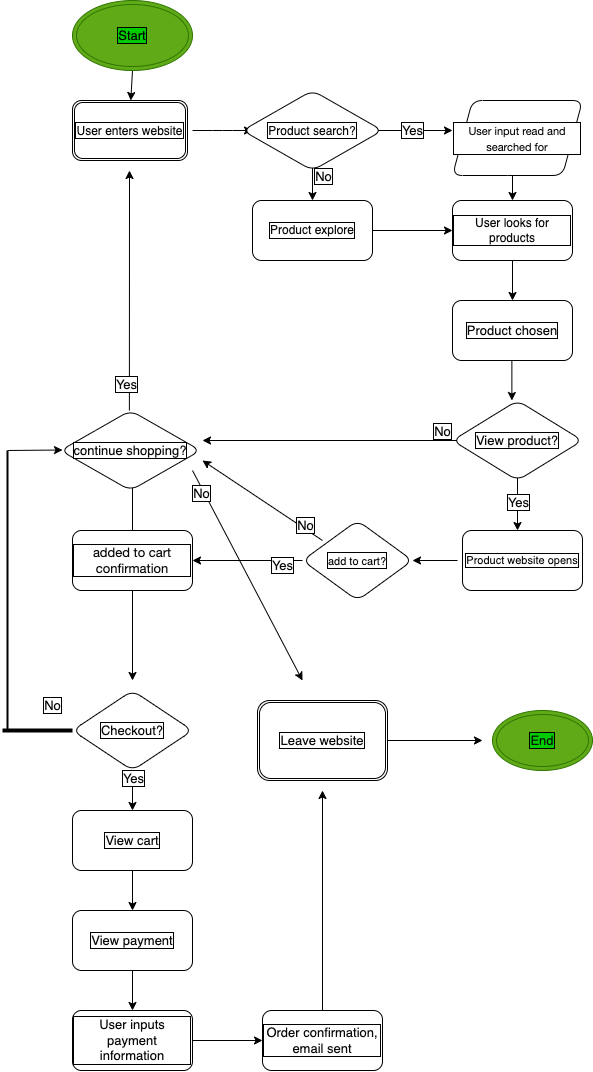
Before: explore/diagramming/diagram.drawio.png, a diagram exported from draw.io (sidhantsinghvi/sp24-cse110-lab4). Source tidied: cells renumbered, new cells last; positions are measured from the earlier drawing's top-left corner, leaving out a move shared by most shapes.
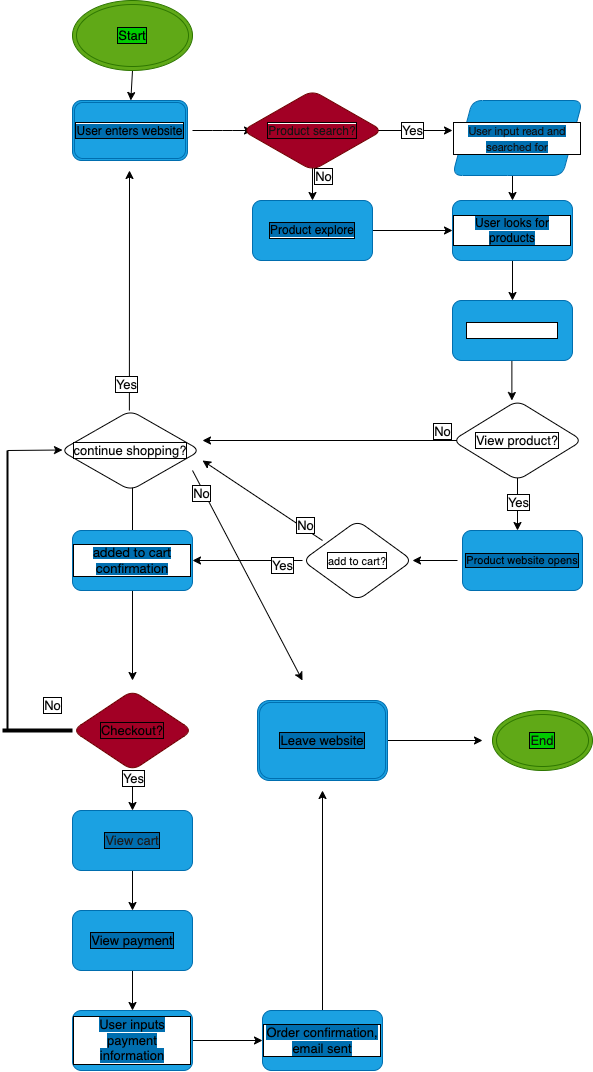
After the commit.

Diff of the diagram source:
```diff
@@ -44,7 +44,7 @@
     <mxCell id="8" style="edgeStyle=none;html=1;fontSize=13;fontColor=#0a0a0a;labelBackgroundColor=#FFFFFF;labelBorderColor=default;" parent="1" edge="1" source="9" target="21">
       <mxGeometry relative="1" as="geometry" />
     </mxCell>
-    <mxCell id="9" value="User looks for products" style="whiteSpace=wrap;html=1;labelBackgroundColor=#FFFFFF;fontColor=#0a0a0a;rounded=1;labelBorderColor=default;" parent="1" vertex="1">
+    <mxCell id="9" value="&lt;font style=&quot;background-color: rgb(0, 110, 175);&quot; color=&quot;#000000&quot;&gt;User looks for products&lt;/font&gt;" style="whiteSpace=wrap;html=1;labelBackgroundColor=#FFFFFF;fontColor=#ffffff;rounded=1;labelBorderColor=default;fillColor=#1ba1e2;strokeColor=#006EAF;" parent="1" vertex="1">
       <mxGeometry x="450" y="200" width="120" height="60" as="geometry" />
     </mxCell>
     <mxCell id="10" value="Yes" style="edgeStyle=none;html=1;fontSize=13;fontColor=#0a0a0a;labelBackgroundColor=#FFFFFF;labelBorderColor=default;" parent="1" edge="1">
@@ -78,7 +78,7 @@
         <mxPoint x="130" y="680" as="targetPoint" />
       </mxGeometry>
     </mxCell>
-    <mxCell id="16" value="&lt;span style=&quot;font-family: &amp;quot;Lato Extended&amp;quot;, Lato, &amp;quot;Helvetica Neue&amp;quot;, Helvetica, Arial, sans-serif; text-align: left;&quot;&gt;&lt;font style=&quot;font-size: 13px;&quot;&gt;added to cart confirmation&lt;/font&gt;&lt;/span&gt;" style="whiteSpace=wrap;html=1;labelBackgroundColor=#FFFFFF;fontSize=11;fontColor=#0a0a0a;rounded=1;labelBorderColor=default;" parent="1" vertex="1">
+    <mxCell id="16" value="&lt;span style=&quot;font-family: &amp;quot;Lato Extended&amp;quot;, Lato, &amp;quot;Helvetica Neue&amp;quot;, Helvetica, Arial, sans-serif; text-align: left; background-color: rgb(0, 110, 175);&quot;&gt;&lt;font color=&quot;#000000&quot; style=&quot;font-size: 13px;&quot;&gt;added to cart confirmation&lt;/font&gt;&lt;/span&gt;" style="whiteSpace=wrap;html=1;labelBackgroundColor=#FFFFFF;fontSize=11;fontColor=#ffffff;rounded=1;labelBorderColor=default;fillColor=#1ba1e2;strokeColor=#006EAF;" parent="1" vertex="1">
       <mxGeometry x="70" y="530" width="120" height="60" as="geometry" />
     </mxCell>
     <mxCell id="17" style="edgeStyle=none;html=1;fontSize=13;fontColor=#0a0a0a;exitX=0.25;exitY=0;exitDx=0;exitDy=0;labelBackgroundColor=#FFFFFF;labelBorderColor=default;" parent="1" edge="1">
@@ -105,7 +105,7 @@
         <mxPoint x="509.4" y="400" as="targetPoint" />
       </mxGeometry>
     </mxCell>
-    <mxCell id="21" value="Product chosen" style="whiteSpace=wrap;html=1;labelBackgroundColor=#FFFFFF;fontSize=13;fontColor=#0a0a0a;rounded=1;labelBorderColor=default;" parent="1" vertex="1">
+    <mxCell id="21" value="Product chosen" style="whiteSpace=wrap;html=1;labelBackgroundColor=#FFFFFF;fontSize=13;fontColor=#ffffff;rounded=1;labelBorderColor=default;fillColor=#1ba1e2;strokeColor=#006EAF;" parent="1" vertex="1">
       <mxGeometry x="450" y="300" width="120" height="60" as="geometry" />
     </mxCell>
     <mxCell id="22" style="edgeStyle=none;html=1;fontSize=13;fontColor=#0a0a0a;entryX=0.5;entryY=0;entryDx=0;entryDy=0;labelBackgroundColor=#FFFFFF;labelBorderColor=default;" parent="1" edge="1">
@@ -139,19 +139,19 @@
     <mxCell id="28" style="edgeStyle=none;html=1;fontSize=13;fontColor=#0a0a0a;labelBackgroundColor=#FFFFFF;labelBorderColor=default;" parent="1" edge="1" source="29" target="31">
       <mxGeometry relative="1" as="geometry" />
     </mxCell>
-    <mxCell id="29" value="View cart" style="whiteSpace=wrap;html=1;labelBackgroundColor=#FFFFFF;fontSize=13;fontColor=#0a0a0a;rounded=1;labelBorderColor=default;" parent="1" vertex="1">
+    <mxCell id="29" value="&lt;font style=&quot;background-color: rgb(0, 110, 175);&quot; color=&quot;#1d1b1b&quot;&gt;View cart&lt;/font&gt;" style="whiteSpace=wrap;html=1;labelBackgroundColor=#FFFFFF;fontSize=13;fontColor=#ffffff;rounded=1;labelBorderColor=default;fillColor=#1ba1e2;strokeColor=#006EAF;" parent="1" vertex="1">
       <mxGeometry x="70" y="810" width="120" height="60" as="geometry" />
     </mxCell>
     <mxCell id="30" style="edgeStyle=none;html=1;fontSize=13;fontColor=#0a0a0a;labelBackgroundColor=#FFFFFF;labelBorderColor=default;" parent="1" edge="1" source="31" target="33">
       <mxGeometry relative="1" as="geometry" />
     </mxCell>
-    <mxCell id="31" value="View payment" style="whiteSpace=wrap;html=1;labelBackgroundColor=#FFFFFF;fontSize=13;fontColor=#0a0a0a;rounded=1;labelBorderColor=default;" parent="1" vertex="1">
+    <mxCell id="31" value="&lt;font style=&quot;background-color: rgb(0, 110, 175);&quot; color=&quot;#000000&quot;&gt;View payment&lt;/font&gt;" style="whiteSpace=wrap;html=1;labelBackgroundColor=#FFFFFF;fontSize=13;fontColor=#ffffff;rounded=1;labelBorderColor=default;fillColor=#1ba1e2;strokeColor=#006EAF;" parent="1" vertex="1">
       <mxGeometry x="70" y="910" width="120" height="60" as="geometry" />
     </mxCell>
     <mxCell id="32" style="edgeStyle=none;html=1;fontSize=13;fontColor=#0a0a0a;labelBackgroundColor=#FFFFFF;labelBorderColor=default;" parent="1" edge="1" source="33" target="35">
       <mxGeometry relative="1" as="geometry" />
     </mxCell>
-    <mxCell id="33" value="User inputs payment information" style="whiteSpace=wrap;html=1;labelBackgroundColor=#FFFFFF;fontSize=13;fontColor=#0a0a0a;rounded=1;labelBorderColor=default;" parent="1" vertex="1">
+    <mxCell id="33" value="&lt;font style=&quot;background-color: rgb(0, 110, 175);&quot; color=&quot;#000000&quot;&gt;User inputs payment information&lt;/font&gt;" style="whiteSpace=wrap;html=1;labelBackgroundColor=#FFFFFF;fontSize=13;fontColor=#ffffff;rounded=1;labelBorderColor=default;fillColor=#1ba1e2;strokeColor=#006EAF;" parent="1" vertex="1">
       <mxGeometry x="70" y="1010" width="120" height="60" as="geometry" />
     </mxCell>
     <mxCell id="34" style="edgeStyle=none;html=1;fontSize=13;fontColor=#0a0a0a;labelBackgroundColor=#FFFFFF;labelBorderColor=default;" parent="1" edge="1" source="35">
@@ -159,10 +159,10 @@
         <mxPoint x="320" y="790" as="targetPoint" />
       </mxGeometry>
     </mxCell>
-    <mxCell id="35" value="Order confirmation, email sent" style="whiteSpace=wrap;html=1;labelBackgroundColor=#FFFFFF;fontSize=13;fontColor=#0a0a0a;rounded=1;labelBorderColor=default;" parent="1" vertex="1">
+    <mxCell id="35" value="&lt;font style=&quot;background-color: rgb(0, 110, 175);&quot; color=&quot;#000000&quot;&gt;Order confirmation, email sent&lt;/font&gt;" style="whiteSpace=wrap;html=1;labelBackgroundColor=#FFFFFF;fontSize=13;fontColor=#ffffff;rounded=1;labelBorderColor=default;fillColor=#1ba1e2;strokeColor=#006EAF;" parent="1" vertex="1">
       <mxGeometry x="260" y="1010" width="120" height="60" as="geometry" />
     </mxCell>
-    <mxCell id="36" value="&lt;span style=&quot;font-size: 12px;&quot;&gt;User enters website&lt;/span&gt;" style="shape=ext;double=1;rounded=1;whiteSpace=wrap;html=1;labelBackgroundColor=#FFFFFF;fontSize=13;fontColor=#0a0a0a;labelBorderColor=default;" parent="1" vertex="1">
+    <mxCell id="36" value="&lt;span style=&quot;font-size: 12px; background-color: rgb(0, 110, 175);&quot;&gt;&lt;font color=&quot;#000000&quot;&gt;User enters website&lt;/font&gt;&lt;/span&gt;" style="shape=ext;double=1;rounded=1;whiteSpace=wrap;html=1;labelBackgroundColor=#FFFFFF;fontSize=13;fontColor=#ffffff;labelBorderColor=default;fillColor=#1ba1e2;strokeColor=#006EAF;" parent="1" vertex="1">
       <mxGeometry x="70" y="100" width="115" height="60" as="geometry" />
     </mxCell>
     <mxCell id="37" style="edgeStyle=none;html=1;fontSize=13;fontColor=#0a0a0a;labelBackgroundColor=#FFFFFF;labelBorderColor=default;" parent="1" edge="1" source="38">
@@ -170,7 +170,7 @@
         <mxPoint x="480" y="740" as="targetPoint" />
       </mxGeometry>
     </mxCell>
-    <mxCell id="38" value="&lt;meta charset=&quot;utf-8&quot;&gt;&lt;span style=&quot;font-family: Helvetica; font-size: 13px; font-style: normal; font-variant-ligatures: normal; font-variant-caps: normal; font-weight: 400; letter-spacing: normal; orphans: 2; text-align: center; text-indent: 0px; text-transform: none; widows: 2; word-spacing: 0px; -webkit-text-stroke-width: 0px; text-decoration-thickness: initial; text-decoration-style: initial; text-decoration-color: initial; float: none; display: inline !important;&quot;&gt;Leave website&lt;/span&gt;" style="shape=ext;double=1;rounded=1;whiteSpace=wrap;html=1;labelBackgroundColor=#FFFFFF;fontSize=13;fontColor=#0a0a0a;labelBorderColor=default;" parent="1" vertex="1">
+    <mxCell id="38" value="&lt;span style=&quot;font-family: Helvetica; font-size: 13px; font-style: normal; font-variant-ligatures: normal; font-variant-caps: normal; font-weight: 400; letter-spacing: normal; orphans: 2; text-align: center; text-indent: 0px; text-transform: none; widows: 2; word-spacing: 0px; -webkit-text-stroke-width: 0px; text-decoration-thickness: initial; text-decoration-style: initial; text-decoration-color: initial; float: none; display: inline !important; background-color: rgb(0, 110, 175);&quot;&gt;&lt;font color=&quot;#000000&quot;&gt;Leave website&lt;/font&gt;&lt;/span&gt;" style="shape=ext;double=1;rounded=1;whiteSpace=wrap;html=1;labelBackgroundColor=#FFFFFF;fontSize=13;fontColor=#ffffff;labelBorderColor=default;fillColor=#1ba1e2;strokeColor=#006EAF;" parent="1" vertex="1">
       <mxGeometry x="255" y="700" width="130" height="80" as="geometry" />
     </mxCell>
     <mxCell id="39" style="edgeStyle=none;html=1;fontSize=13;fontColor=#0a0a0a;labelBackgroundColor=#FFFFFF;labelBorderColor=default;" parent="1" edge="1" source="40" target="36">
@@ -185,7 +185,7 @@
     <mxCell id="42" style="edgeStyle=none;html=1;fontSize=13;fontColor=#0a0a0a;labelBackgroundColor=#FFFFFF;labelBorderColor=default;" parent="1" edge="1" source="43" target="9">
       <mxGeometry relative="1" as="geometry" />
     </mxCell>
-    <mxCell id="43" value="Product explore" style="whiteSpace=wrap;html=1;rounded=1;fontColor=#0a0a0a;labelBackgroundColor=#FFFFFF;labelBorderColor=default;" parent="1" vertex="1">
+    <mxCell id="43" value="&lt;font style=&quot;background-color: rgb(0, 110, 175);&quot; color=&quot;#000000&quot;&gt;Product explore&lt;/font&gt;" style="whiteSpace=wrap;html=1;rounded=1;fontColor=#ffffff;labelBackgroundColor=#FFFFFF;labelBorderColor=default;fillColor=#1ba1e2;strokeColor=#006EAF;" parent="1" vertex="1">
       <mxGeometry x="250" y="200" width="120" height="60" as="geometry" />
     </mxCell>
     <mxCell id="44" style="line;strokeWidth=4;html=1;perimeter=backbonePerimeter;labelBackgroundColor=#FFFFFF;fontSize=13;fontColor=#0a0a0a;labelBorderColor=default;" parent="1" vertex="1">
@@ -205,13 +205,13 @@
     <mxCell id="48" value="&lt;font style=&quot;background-color: rgb(0, 204, 0);&quot; color=&quot;#0f0f0f&quot;&gt;End&lt;/font&gt;" style="ellipse;shape=doubleEllipse;whiteSpace=wrap;html=1;labelBackgroundColor=#FFFFFF;fontSize=13;fontColor=#ffffff;labelBorderColor=default;fillColor=#60a917;strokeColor=#2D7600;" parent="1" vertex="1">
       <mxGeometry x="490" y="710" width="100" height="60" as="geometry" />
     </mxCell>
-    <mxCell id="49" value="&lt;span style=&quot;font-family: &amp;quot;Lato Extended&amp;quot;, Lato, &amp;quot;Helvetica Neue&amp;quot;, Helvetica, Arial, sans-serif; font-size: 11px; text-align: left;&quot;&gt;User input read and searched for&lt;/span&gt;" style="shape=parallelogram;perimeter=parallelogramPerimeter;whiteSpace=wrap;html=1;fixedSize=1;rounded=1;labelBackgroundColor=#FFFFFF;fontSize=13;fontColor=#0a0a0a;fillColor=default;labelBorderColor=default;" parent="1" vertex="1">
+    <mxCell id="49" value="&lt;span style=&quot;font-family: &amp;quot;Lato Extended&amp;quot;, Lato, &amp;quot;Helvetica Neue&amp;quot;, Helvetica, Arial, sans-serif; font-size: 11px; text-align: left; background-color: rgb(0, 110, 175);&quot;&gt;&lt;font color=&quot;#100e0e&quot;&gt;User input read and searched for&lt;/font&gt;&lt;/span&gt;" style="shape=parallelogram;perimeter=parallelogramPerimeter;whiteSpace=wrap;html=1;fixedSize=1;rounded=1;labelBackgroundColor=#FFFFFF;fontSize=13;fontColor=#ffffff;fillColor=#1ba1e2;labelBorderColor=default;strokeColor=#006EAF;" parent="1" vertex="1">
       <mxGeometry x="450" y="100" width="130" height="75" as="geometry" />
     </mxCell>
     <mxCell id="50" value="View product?" style="rhombus;whiteSpace=wrap;html=1;rounded=1;labelBackgroundColor=#FFFFFF;fontSize=13;fontColor=#0a0a0a;fillColor=default;labelBorderColor=default;" parent="1" vertex="1">
       <mxGeometry x="450" y="400" width="130" height="80" as="geometry" />
     </mxCell>
-    <mxCell id="51" value="&lt;meta charset=&quot;utf-8&quot;&gt;&lt;span style=&quot;font-family: Helvetica; font-size: 12px; font-style: normal; font-variant-ligatures: normal; font-variant-caps: normal; font-weight: 400; letter-spacing: normal; orphans: 2; text-align: center; text-indent: 0px; text-transform: none; widows: 2; word-spacing: 0px; -webkit-text-stroke-width: 0px; text-decoration-thickness: initial; text-decoration-style: initial; text-decoration-color: initial; float: none; display: inline !important;&quot;&gt;Product search?&lt;/span&gt;" style="rhombus;whiteSpace=wrap;html=1;rounded=1;labelBackgroundColor=#FFFFFF;fontSize=13;fontColor=#0a0a0a;fillColor=default;labelBorderColor=default;" parent="1" vertex="1">
+    <mxCell id="51" value="&lt;span style=&quot;font-family: Helvetica; font-size: 12px; font-style: normal; font-variant-ligatures: normal; font-variant-caps: normal; font-weight: 400; letter-spacing: normal; orphans: 2; text-align: center; text-indent: 0px; text-transform: none; widows: 2; word-spacing: 0px; -webkit-text-stroke-width: 0px; text-decoration-thickness: initial; text-decoration-style: initial; text-decoration-color: initial; float: none; display: inline !important; background-color: rgb(162, 0, 37);&quot;&gt;&lt;font style=&quot;&quot; color=&quot;#161313&quot;&gt;Product search?&lt;/font&gt;&lt;/span&gt;" style="rhombus;whiteSpace=wrap;html=1;rounded=1;labelBackgroundColor=#FFFFFF;fontSize=13;fontColor=#ffffff;fillColor=#a20025;labelBorderColor=default;strokeColor=#6F0000;" parent="1" vertex="1">
       <mxGeometry x="240" y="90" width="140" height="80" as="geometry" />
     </mxCell>
     <mxCell id="52" value="&lt;meta charset=&quot;utf-8&quot;&gt;&lt;span style=&quot;font-family: Helvetica; font-size: 11px; font-style: normal; font-variant-ligatures: normal; font-variant-caps: normal; font-weight: 400; letter-spacing: normal; orphans: 2; text-align: center; text-indent: 0px; text-transform: none; widows: 2; word-spacing: 0px; -webkit-text-stroke-width: 0px; text-decoration-thickness: initial; text-decoration-style: initial; text-decoration-color: initial; float: none; display: inline !important;&quot;&gt;add to cart?&lt;/span&gt;" style="rhombus;whiteSpace=wrap;html=1;rounded=1;labelBackgroundColor=#FFFFFF;fontSize=13;fontColor=#0a0a0a;fillColor=default;labelBorderColor=default;" parent="1" vertex="1">
@@ -220,10 +220,10 @@
     <mxCell id="53" value="continue shopping?" style="rhombus;whiteSpace=wrap;html=1;rounded=1;labelBackgroundColor=#FFFFFF;fontSize=13;fontColor=#0a0a0a;fillColor=default;labelBorderColor=default;" parent="1" vertex="1">
       <mxGeometry x="58" y="410" width="140" height="80" as="geometry" />
     </mxCell>
-    <mxCell id="54" value="&lt;meta charset=&quot;utf-8&quot;&gt;&lt;span style=&quot;font-family: Helvetica; font-size: 13px; font-style: normal; font-variant-ligatures: normal; font-variant-caps: normal; font-weight: 400; letter-spacing: normal; orphans: 2; text-align: center; text-indent: 0px; text-transform: none; widows: 2; word-spacing: 0px; -webkit-text-stroke-width: 0px; text-decoration-thickness: initial; text-decoration-style: initial; text-decoration-color: initial; float: none; display: inline !important;&quot;&gt;Checkout?&lt;/span&gt;" style="rhombus;whiteSpace=wrap;html=1;rounded=1;labelBackgroundColor=#FFFFFF;fontSize=13;fontColor=#0a0a0a;fillColor=default;labelBorderColor=default;" parent="1" vertex="1">
+    <mxCell id="54" value="&lt;span style=&quot;font-family: Helvetica; font-size: 13px; font-style: normal; font-variant-ligatures: normal; font-variant-caps: normal; font-weight: 400; letter-spacing: normal; orphans: 2; text-align: center; text-indent: 0px; text-transform: none; widows: 2; word-spacing: 0px; -webkit-text-stroke-width: 0px; text-decoration-thickness: initial; text-decoration-style: initial; text-decoration-color: initial; float: none; display: inline !important; background-color: rgb(162, 0, 37);&quot;&gt;&lt;font color=&quot;#000000&quot;&gt;Checkout?&lt;/font&gt;&lt;/span&gt;" style="rhombus;whiteSpace=wrap;html=1;rounded=1;labelBackgroundColor=#FFFFFF;fontSize=13;fontColor=#ffffff;fillColor=#a20025;labelBorderColor=default;strokeColor=#6F0000;" parent="1" vertex="1">
       <mxGeometry x="70" y="690" width="120" height="80" as="geometry" />
     </mxCell>
-    <mxCell id="55" value="Product website opens" style="whiteSpace=wrap;html=1;labelBackgroundColor=#FFFFFF;fontSize=11;fontColor=#0a0a0a;rounded=1;labelBorderColor=default;" parent="1" vertex="1">
+    <mxCell id="55" value="&lt;font style=&quot;background-color: rgb(0, 110, 175);&quot; color=&quot;#000000&quot;&gt;Product website opens&lt;/font&gt;" style="whiteSpace=wrap;html=1;labelBackgroundColor=#FFFFFF;fontSize=11;fontColor=#ffffff;rounded=1;labelBorderColor=default;fillColor=#1ba1e2;strokeColor=#006EAF;" parent="1" vertex="1">
       <mxGeometry x="460" y="530" width="120" height="60" as="geometry" />
     </mxCell>
   </root>
```
